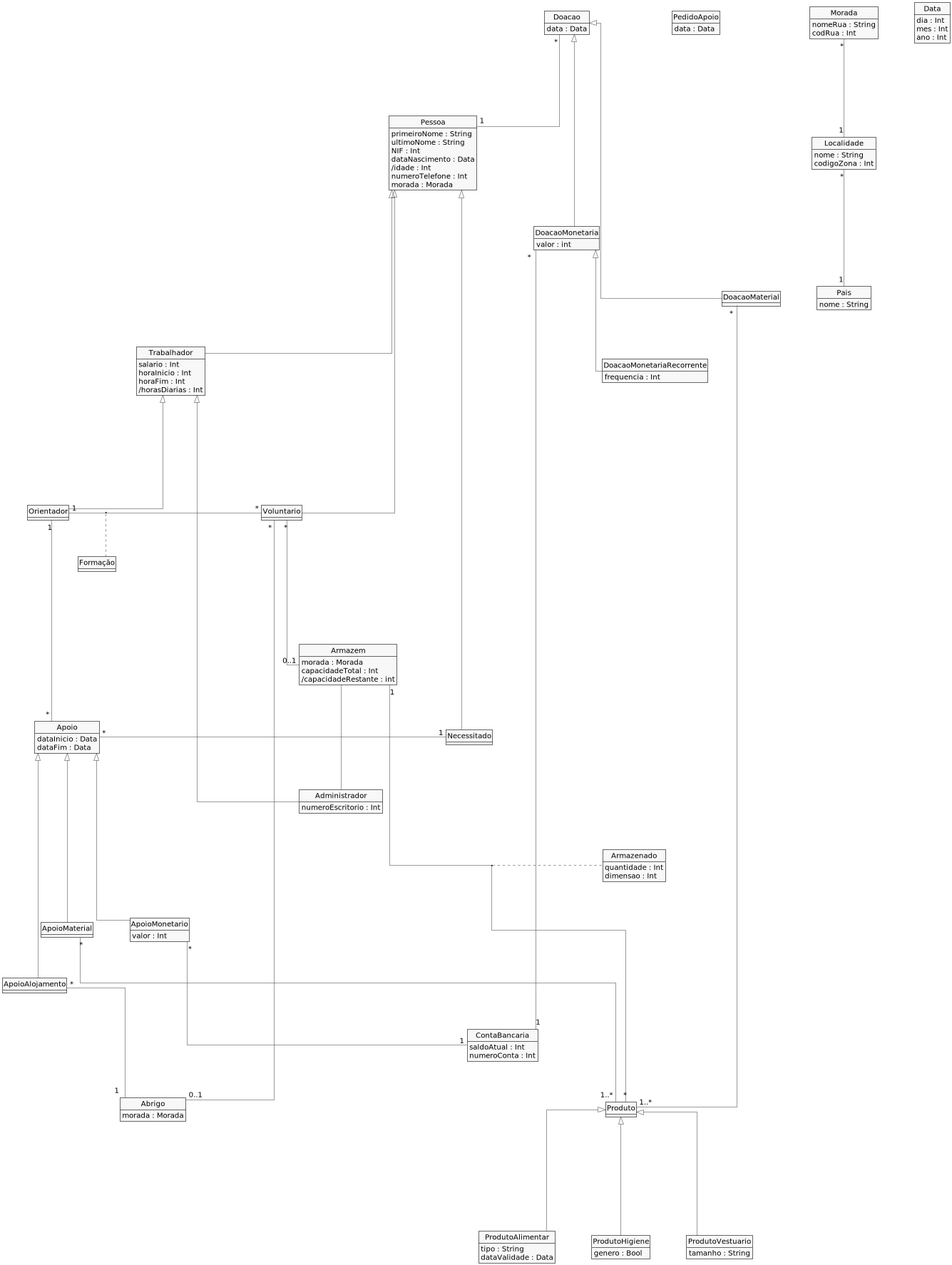
This is Delivery_I/diagram.png from francisco-rente/FEUP-BDAD, a PlantUML export, as it was before one commit.
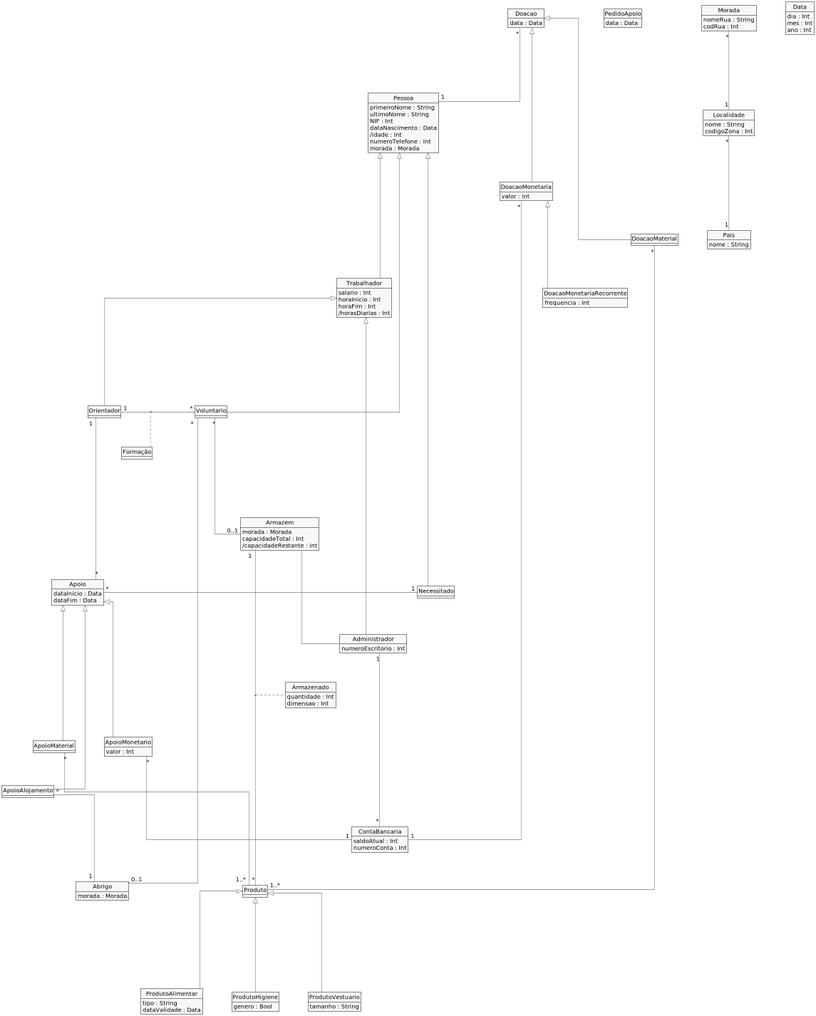
Above is the later version.

Commit message:
Updated diagram: administrator responsible for bank account.

Change to the diagram source:
```diff
@@ -137,6 +137,7 @@
 Produto <|---- ProdutoHigiene
 Produto <|---- ProdutoVestuario
 
+Administrador "1" - "*" ContaBancaria
 Voluntario "*" ---- "0..1" Armazem
 Voluntario "*" ----- "0..1" Abrigo
 Orientador "1" ----- "*" Apoio
```
